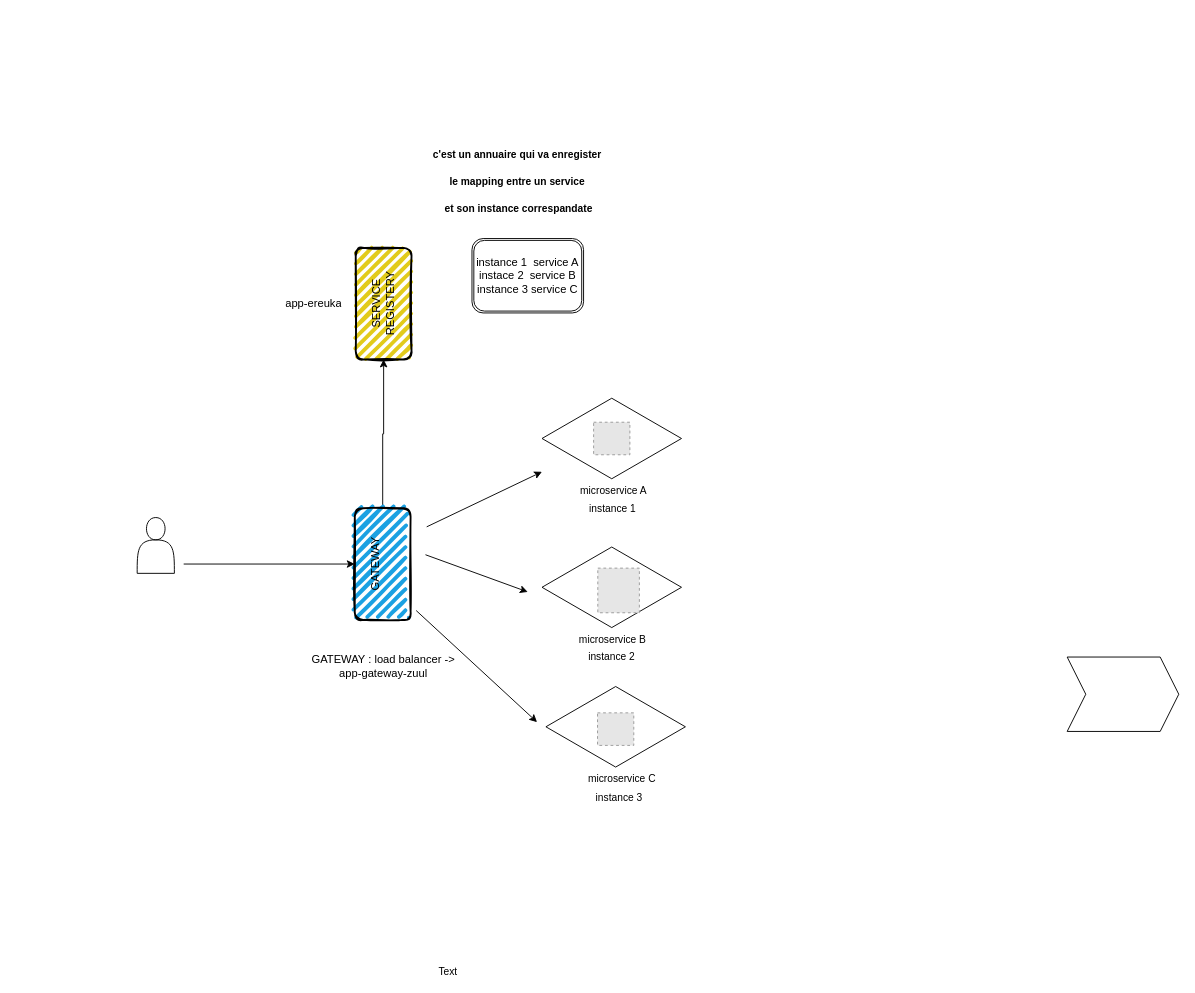
The draw.io diagram Diagramme sans nom.drawio in EmiraDga/2D, before the edit. Source tidied: cells renumbered, new cells numbered last; positions are measured from the earlier drawing's top-left corner, leaving out a move shared by most shapes. Both pictures are drawn from the tidied source at 93%, with x=0, y=0 at pixel (137, 145). Pictures stored in the file or linked from it are replaced by grey dashed boxes.
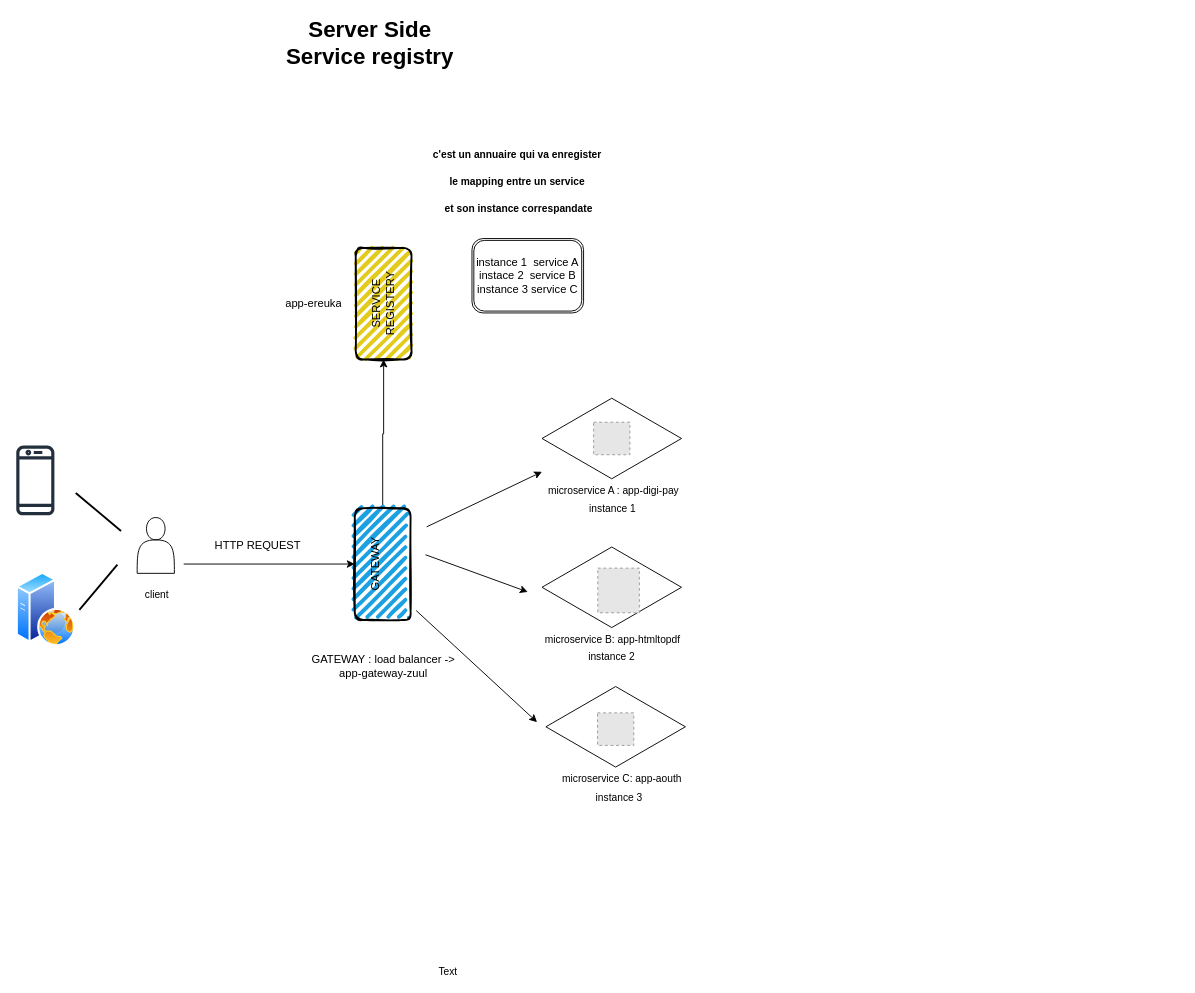
The same page after the edit.

Commit message (it also covers changes not shown here):
Mettre à jour Diagramme sans nom.drawio

Unchanged cells that the change refers to:
```xml
<mxCell id="3" style="endArrow=classic;html=1;rounded=0;" parent="1" edge="1" target="9">
  <mxGeometry relative="1" as="geometry">
    <mxPoint x="50" y="450" as="sourcePoint" />
  </mxGeometry>
</mxCell>
```

What changed in the source:
```diff
@@
-    <mxCell id="4" value="microservice C" style="edgeLabel;html=1;align=center;verticalAlign=middle;" parent="3" vertex="1">
+    <mxCell id="4" value="microservice C: app-aouth" style="edgeLabel;html=1;align=center;verticalAlign=middle;" parent="3" vertex="1">
       <mxGeometry x="-0.02" y="-2" relative="1" as="geometry">
         <mxPoint x="380" y="228" as="offset" />
       </mxGeometry>
     </mxCell>
@@
-    <mxCell id="6" value="microservice B" style="edgeLabel;html=1;align=center;verticalAlign=middle;" parent="3" vertex="1">
+    <mxCell id="6" value="microservice B: app-htmltopdf" style="edgeLabel;html=1;align=center;verticalAlign=middle;" parent="3" vertex="1">
       <mxGeometry x="-0.07" y="-6" relative="1" as="geometry">
         <mxPoint x="374" y="74" as="offset" />
       </mxGeometry>
     </mxCell>
-    <mxCell id="7" value="microservice A" style="edgeLabel;html=1;align=center;verticalAlign=middle;" parent="3" vertex="1">
+    <mxCell id="7" value="microservice A : app-digi-pay" style="edgeLabel;html=1;align=center;verticalAlign=middle;" parent="3" vertex="1">
       <mxGeometry x="-0.1" y="-1" relative="1" as="geometry">
         <mxPoint x="378" y="-81" as="offset" />
       </mxGeometry>
     </mxCell>
@@
-    <mxCell id="18" style="shape=step;perimeter=stepPerimeter;whiteSpace=wrap;html=1;fixedSize=1;" parent="1" vertex="1">
-      <mxGeometry x="1000" y="550" width="120" height="80" as="geometry" />
-    </mxCell>
@@
+    <mxCell id="29" value="Server Side &lt;br&gt;Service registry" style="text;strokeColor=none;fillColor=none;html=1;fontSize=24;fontStyle=1;verticalAlign=middle;align=center;" parent="1" vertex="1">
+      <mxGeometry x="200" y="-130" width="100" height="40" as="geometry" />
+    </mxCell>
+    <mxCell id="30" value="client" style="edgeLabel;html=1;align=center;verticalAlign=middle;" parent="1" vertex="1">
+      <mxGeometry x="-10" y="490" as="geometry">
+        <mxPoint x="30" y="-8" as="offset" />
+      </mxGeometry>
+    </mxCell>
+    <mxCell id="31" style="sketch=0;fontColor=#232F3E;gradientColor=none;fillColor=#232F3D;strokeColor=none;dashed=0;verticalLabelPosition=bottom;verticalAlign=top;align=center;html=1;fontSize=12;fontStyle=0;shape=mxgraph.aws4.mobile_client;" parent="1" vertex="1">
+      <mxGeometry x="-130" y="321" width="41" height="78" as="geometry" />
+    </mxCell>
+    <mxCell id="32" style="image;perimeter=ellipsePerimeter;html=1;align=center;shadow=0;dashed=0;spacingTop=3;image=img/lib/active_directory/web_server.svg;" parent="1" vertex="1">
+      <mxGeometry x="-130" y="458.8" width="64" height="80" as="geometry" />
+    </mxCell>
+    <mxCell id="33" value="HTTP REQUEST" style="text;html=1;strokeColor=none;fillColor=none;align=center;verticalAlign=middle;whiteSpace=wrap;rounded=0;" parent="1" vertex="1">
+      <mxGeometry x="80" y="415" width="100" height="30" as="geometry" />
+    </mxCell>
+    <mxCell id="34" style="line;strokeWidth=2;html=1;rotation=40;" parent="1" vertex="1">
+      <mxGeometry x="-73.5" y="389" width="63.6" height="10" as="geometry" />
+    </mxCell>
+    <mxCell id="35" style="line;strokeWidth=2;html=1;rotation=40;direction=south;" parent="1" vertex="1">
+      <mxGeometry x="-46.7" y="443.2" width="10" height="63.6" as="geometry" />
+    </mxCell>
```
